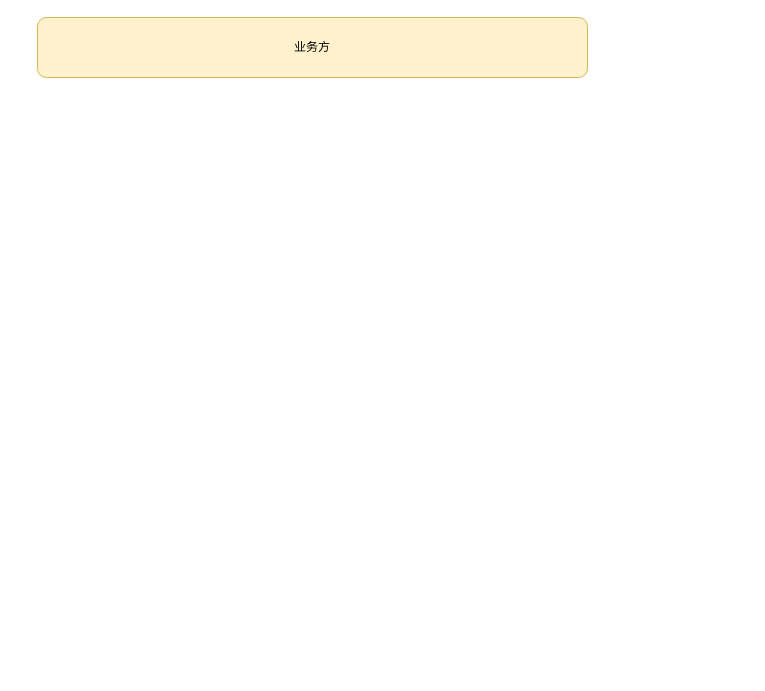
The draw.io diagram Untitled Diagram.drawio in Daniel-lw/drawIo, before the edit. Source tidied: cells renumbered, new cells numbered last; positions are measured from the earlier drawing's top-left corner, leaving out a move shared by most shapes. Both pictures are drawn from the tidied source at 100%, with x=0, y=0 at pixel (37, 17).
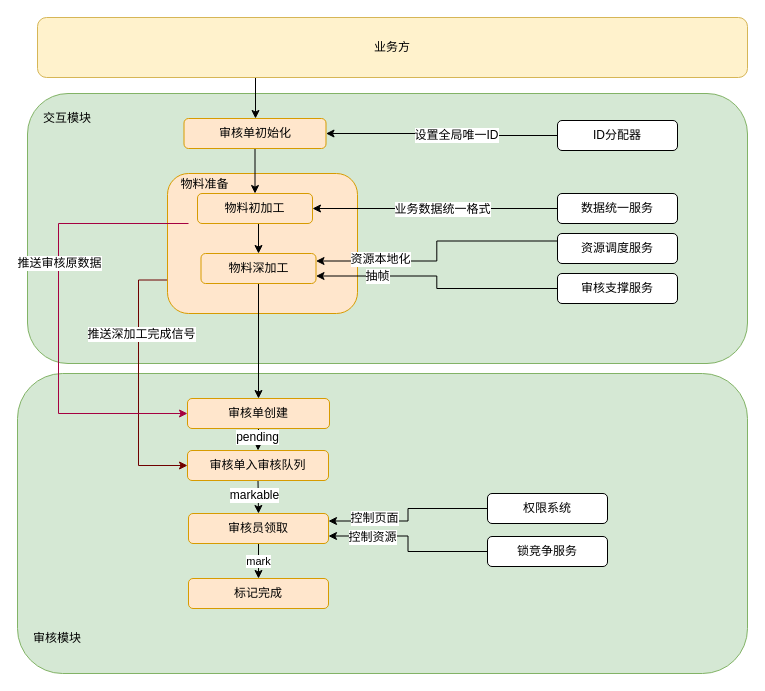
Above is the later version.

Diff of the diagram source:
```diff
@@
+    <mxCell id="3" style="rounded=1;whiteSpace=wrap;html=1;fillColor=#d5e8d4;strokeColor=#82b366;" parent="1" vertex="1">
+      <mxGeometry x="-20" y="356" width="730" height="300" as="geometry" />
+    </mxCell>
+    <mxCell id="4" style="rounded=1;whiteSpace=wrap;html=1;fillColor=#d5e8d4;strokeColor=#82b366;" parent="1" vertex="1">
+      <mxGeometry x="-10" y="76" width="720" height="270" as="geometry" />
+    </mxCell>
+    <mxCell id="5" style="edgeStyle=orthogonalEdgeStyle;rounded=0;jettySize=auto;html=1;exitX=0;exitY=0.75;exitDx=0;exitDy=0;fillColor=#a20025;strokeColor=#6F0000;entryX=0;entryY=0.5;entryDx=0;entryDy=0;" parent="1" edge="1" target="35">
+      <mxGeometry relative="1" as="geometry">
+        <mxPoint x="151" y="262.5" as="sourcePoint" />
+        <Array as="points">
+          <mxPoint x="101" y="263" />
+          <mxPoint x="101" y="448" />
+        </Array>
+      </mxGeometry>
+    </mxCell>
+    <mxCell id="6" value="推送深加工完成信号" style="text;html=1;align=center;verticalAlign=middle;labelBackgroundColor=#ffffff;" parent="5" vertex="1">
+      <mxGeometry x="-0.27" y="2" relative="1" as="geometry" />
+    </mxCell>
+    <mxCell id="7" style="rounded=1;whiteSpace=wrap;html=1;fillColor=#ffe6cc;strokeColor=#d79b00;" parent="1" vertex="1">
+      <mxGeometry x="130" y="156" width="190" height="140" as="geometry" />
+    </mxCell>
+    <mxCell id="8" style="edgeStyle=orthogonalEdgeStyle;rounded=0;jettySize=auto;html=1;exitX=0.25;exitY=1;exitDx=0;exitDy=0;" parent="1" edge="1" source="2" target="10">
+      <mxGeometry relative="1" as="geometry">
+        <Array as="points">
+          <mxPoint x="218" y="60" />
+        </Array>
+      </mxGeometry>
+    </mxCell>
     <mxCell id="2" value="业务方" style="rounded=1;whiteSpace=wrap;html=1;fillColor=#fff2cc;strokeColor=#d6b656;" parent="1" vertex="1">
-      <mxGeometry width="550" height="60" as="geometry" />
+      <mxGeometry width="710" height="60" as="geometry" />
     </mxCell>
+    <mxCell id="9" style="edgeStyle=orthogonalEdgeStyle;rounded=0;jettySize=auto;html=1;exitX=0.5;exitY=1;exitDx=0;exitDy=0;" parent="1" edge="1" source="10" target="17">
+      <mxGeometry relative="1" as="geometry" />
+    </mxCell>
+    <mxCell id="10" value="审核单初始化" style="rounded=1;whiteSpace=wrap;html=1;fillColor=#ffe6cc;strokeColor=#d79b00;" parent="1" vertex="1">
+      <mxGeometry x="146.5" y="101" width="142" height="30" as="geometry" />
+    </mxCell>
+    <mxCell id="11" style="edgeStyle=orthogonalEdgeStyle;rounded=0;jettySize=auto;html=1;exitX=0;exitY=0.5;exitDx=0;exitDy=0;entryX=1;entryY=0.5;entryDx=0;entryDy=0;" parent="1" edge="1" source="13" target="10">
+      <mxGeometry relative="1" as="geometry" />
+    </mxCell>
+    <mxCell id="12" value="设置全局唯一ID" style="text;html=1;align=center;verticalAlign=middle;labelBackgroundColor=#ffffff;" parent="11" vertex="1">
+      <mxGeometry x="-0.13" y="3" relative="1" as="geometry">
+        <mxPoint y="-4" as="offset" />
+      </mxGeometry>
+    </mxCell>
+    <mxCell id="13" value="ID分配器" style="rounded=1;whiteSpace=wrap;html=1;" parent="1" vertex="1">
+      <mxGeometry x="520" y="103" width="120" height="30" as="geometry" />
+    </mxCell>
+    <mxCell id="14" style="edgeStyle=orthogonalEdgeStyle;rounded=0;jettySize=auto;html=1;exitX=0.5;exitY=1;exitDx=0;exitDy=0;entryX=0.5;entryY=0;entryDx=0;entryDy=0;" parent="1" edge="1" source="17" target="22">
+      <mxGeometry relative="1" as="geometry" />
+    </mxCell>
+    <mxCell id="15" style="edgeStyle=orthogonalEdgeStyle;rounded=0;jettySize=auto;html=1;exitX=0;exitY=0.5;exitDx=0;exitDy=0;entryX=0;entryY=0.5;entryDx=0;entryDy=0;fillColor=#d80073;strokeColor=#A50040;" parent="1" edge="1" target="32">
+      <mxGeometry relative="1" as="geometry">
+        <mxPoint x="151" y="206" as="sourcePoint" />
+        <Array as="points">
+          <mxPoint x="21" y="206" />
+          <mxPoint x="21" y="396" />
+        </Array>
+      </mxGeometry>
+    </mxCell>
+    <mxCell id="16" value="推送审核原数据" style="text;html=1;align=center;verticalAlign=middle;labelBackgroundColor=#ffffff;" parent="15" vertex="1">
+      <mxGeometry x="0.09" y="-1" relative="1" as="geometry">
+        <mxPoint x="1" y="-76" as="offset" />
+      </mxGeometry>
+    </mxCell>
+    <mxCell id="17" value="物料初加工" style="rounded=1;whiteSpace=wrap;html=1;fillColor=#ffe6cc;strokeColor=#d79b00;" parent="1" vertex="1">
+      <mxGeometry x="160" y="176" width="115" height="30" as="geometry" />
+    </mxCell>
+    <mxCell id="18" style="edgeStyle=orthogonalEdgeStyle;rounded=0;jettySize=auto;html=1;exitX=0;exitY=0.5;exitDx=0;exitDy=0;entryX=1;entryY=0.5;entryDx=0;entryDy=0;" parent="1" edge="1" source="20" target="17">
+      <mxGeometry relative="1" as="geometry" />
+    </mxCell>
+    <mxCell id="19" value="业务数据统一格式" style="text;html=1;align=center;verticalAlign=middle;labelBackgroundColor=#ffffff;" parent="18" vertex="1">
+      <mxGeometry x="-0.05" relative="1" as="geometry" />
+    </mxCell>
+    <mxCell id="20" value="数据统一服务" style="rounded=1;whiteSpace=wrap;html=1;" parent="1" vertex="1">
+      <mxGeometry x="520" y="176" width="120" height="30" as="geometry" />
+    </mxCell>
+    <mxCell id="21" style="edgeStyle=orthogonalEdgeStyle;rounded=0;jettySize=auto;html=1;exitX=0.5;exitY=1;exitDx=0;exitDy=0;" parent="1" edge="1" source="22" target="32">
+      <mxGeometry relative="1" as="geometry" />
+    </mxCell>
+    <mxCell id="22" value="物料深加工" style="rounded=1;whiteSpace=wrap;html=1;fillColor=#ffe6cc;strokeColor=#d79b00;" parent="1" vertex="1">
+      <mxGeometry x="163.5" y="236" width="115" height="30" as="geometry" />
+    </mxCell>
+    <mxCell id="23" style="edgeStyle=orthogonalEdgeStyle;rounded=0;jettySize=auto;html=1;exitX=0;exitY=0.25;exitDx=0;exitDy=0;entryX=1;entryY=0.25;entryDx=0;entryDy=0;" parent="1" edge="1" source="25" target="22">
+      <mxGeometry relative="1" as="geometry" />
+    </mxCell>
+    <mxCell id="24" value="资源本地化" style="text;html=1;align=center;verticalAlign=middle;labelBackgroundColor=#ffffff;" parent="23" vertex="1">
+      <mxGeometry x="0.61" y="-1" relative="1" as="geometry">
+        <mxPoint x="13" y="-1" as="offset" />
+      </mxGeometry>
+    </mxCell>
+    <mxCell id="25" value="资源调度服务" style="rounded=1;whiteSpace=wrap;html=1;" parent="1" vertex="1">
+      <mxGeometry x="520" y="216" width="120" height="30" as="geometry" />
+    </mxCell>
+    <mxCell id="26" style="edgeStyle=orthogonalEdgeStyle;rounded=0;jettySize=auto;html=1;exitX=0;exitY=0.5;exitDx=0;exitDy=0;entryX=1;entryY=0.75;entryDx=0;entryDy=0;" parent="1" edge="1" source="28" target="22">
+      <mxGeometry relative="1" as="geometry" />
+    </mxCell>
+    <mxCell id="27" value="抽帧" style="text;html=1;align=center;verticalAlign=middle;labelBackgroundColor=#ffffff;" parent="26" vertex="1">
+      <mxGeometry x="0.58" y="3" relative="1" as="geometry">
+        <mxPoint x="8" y="-3" as="offset" />
+      </mxGeometry>
+    </mxCell>
+    <mxCell id="28" value="审核支撑服务" style="rounded=1;whiteSpace=wrap;html=1;" parent="1" vertex="1">
+      <mxGeometry x="520" y="256" width="120" height="30" as="geometry" />
+    </mxCell>
+    <mxCell id="29" value="物料准备" style="text;html=1;strokeColor=none;fillColor=none;align=center;verticalAlign=middle;whiteSpace=wrap;rounded=0;" parent="1" vertex="1">
+      <mxGeometry x="140" y="159" width="55" height="15" as="geometry" />
+    </mxCell>
+    <mxCell id="30" style="edgeStyle=orthogonalEdgeStyle;rounded=0;jettySize=auto;html=1;exitX=0.5;exitY=1;exitDx=0;exitDy=0;entryX=0.5;entryY=0;entryDx=0;entryDy=0;" parent="1" edge="1" source="32" target="35">
+      <mxGeometry relative="1" as="geometry" />
+    </mxCell>
+    <mxCell id="31" value="pending" style="text;html=1;align=center;verticalAlign=middle;labelBackgroundColor=#ffffff;" parent="30" vertex="1">
+      <mxGeometry x="-0.15" y="-1" relative="1" as="geometry" />
+    </mxCell>
+    <mxCell id="32" value="审核单创建" style="rounded=1;whiteSpace=wrap;html=1;fillColor=#ffe6cc;strokeColor=#d79b00;" parent="1" vertex="1">
+      <mxGeometry x="150" y="381" width="142" height="30" as="geometry" />
+    </mxCell>
+    <mxCell id="33" style="edgeStyle=orthogonalEdgeStyle;rounded=0;jettySize=auto;html=1;exitX=0.5;exitY=1;exitDx=0;exitDy=0;entryX=0.5;entryY=0;entryDx=0;entryDy=0;" parent="1" edge="1" source="35" target="37">
+      <mxGeometry relative="1" as="geometry" />
+    </mxCell>
+    <mxCell id="34" value="markable" style="text;html=1;align=center;verticalAlign=middle;labelBackgroundColor=#ffffff;" parent="33" vertex="1">
+      <mxGeometry x="-0.45" y="-4" relative="1" as="geometry">
+        <mxPoint y="5" as="offset" />
+      </mxGeometry>
+    </mxCell>
+    <mxCell id="35" value="审核单入审核队列" style="rounded=1;whiteSpace=wrap;html=1;fillColor=#ffe6cc;strokeColor=#d79b00;" parent="1" vertex="1">
+      <mxGeometry x="150" y="433" width="141" height="30" as="geometry" />
+    </mxCell>
+    <mxCell id="36" value="mark" style="edgeStyle=orthogonalEdgeStyle;rounded=0;jettySize=auto;html=1;exitX=0.5;exitY=1;exitDx=0;exitDy=0;entryX=0.5;entryY=0;entryDx=0;entryDy=0;" parent="1" edge="1" source="37" target="38">
+      <mxGeometry relative="1" as="geometry" />
+    </mxCell>
+    <mxCell id="37" value="审核员领取" style="rounded=1;whiteSpace=wrap;html=1;fillColor=#ffe6cc;strokeColor=#d79b00;" parent="1" vertex="1">
+      <mxGeometry x="151" y="496" width="140" height="30" as="geometry" />
+    </mxCell>
+    <mxCell id="38" value="标记完成" style="rounded=1;whiteSpace=wrap;html=1;fillColor=#ffe6cc;strokeColor=#d79b00;" parent="1" vertex="1">
+      <mxGeometry x="151" y="561" width="140" height="30" as="geometry" />
+    </mxCell>
+    <mxCell id="39" value="审核模块" style="text;html=1;strokeColor=none;fillColor=none;align=center;verticalAlign=middle;whiteSpace=wrap;rounded=0;" parent="1" vertex="1">
+      <mxGeometry x="-10" y="611" width="60" height="20" as="geometry" />
+    </mxCell>
+    <mxCell id="40" value="交互模块" style="text;html=1;strokeColor=none;fillColor=none;align=center;verticalAlign=middle;whiteSpace=wrap;rounded=0;" parent="1" vertex="1">
+      <mxGeometry y="91" width="60" height="20" as="geometry" />
+    </mxCell>
+    <mxCell id="41" style="edgeStyle=orthogonalEdgeStyle;rounded=0;jettySize=auto;html=1;exitX=0;exitY=0.5;exitDx=0;exitDy=0;entryX=1;entryY=0.75;entryDx=0;entryDy=0;" parent="1" edge="1" source="43" target="37">
+      <mxGeometry relative="1" as="geometry" />
+    </mxCell>
+    <mxCell id="42" value="控制资源" style="text;html=1;align=center;verticalAlign=middle;labelBackgroundColor=#ffffff;" parent="41" vertex="1">
+      <mxGeometry x="0.58" y="-3" relative="1" as="geometry">
+        <mxPoint x="7" y="4" as="offset" />
+      </mxGeometry>
+    </mxCell>
+    <mxCell id="43" value="锁竞争服务" style="rounded=1;whiteSpace=wrap;html=1;" parent="1" vertex="1">
+      <mxGeometry x="450" y="519" width="120" height="30" as="geometry" />
+    </mxCell>
+    <mxCell id="44" style="edgeStyle=orthogonalEdgeStyle;rounded=0;jettySize=auto;html=1;exitX=0;exitY=0.5;exitDx=0;exitDy=0;entryX=1;entryY=0.25;entryDx=0;entryDy=0;" parent="1" edge="1" source="46" target="37">
+      <mxGeometry relative="1" as="geometry" />
+    </mxCell>
+    <mxCell id="45" value="控制页面" style="text;html=1;align=center;verticalAlign=middle;labelBackgroundColor=#ffffff;" parent="44" vertex="1">
+      <mxGeometry x="0.62" y="1" relative="1" as="geometry">
+        <mxPoint x="13" y="-4" as="offset" />
+      </mxGeometry>
+    </mxCell>
+    <mxCell id="46" value="权限系统" style="rounded=1;whiteSpace=wrap;html=1;" parent="1" vertex="1">
+      <mxGeometry x="450" y="476" width="120" height="30" as="geometry" />
+    </mxCell>
```
